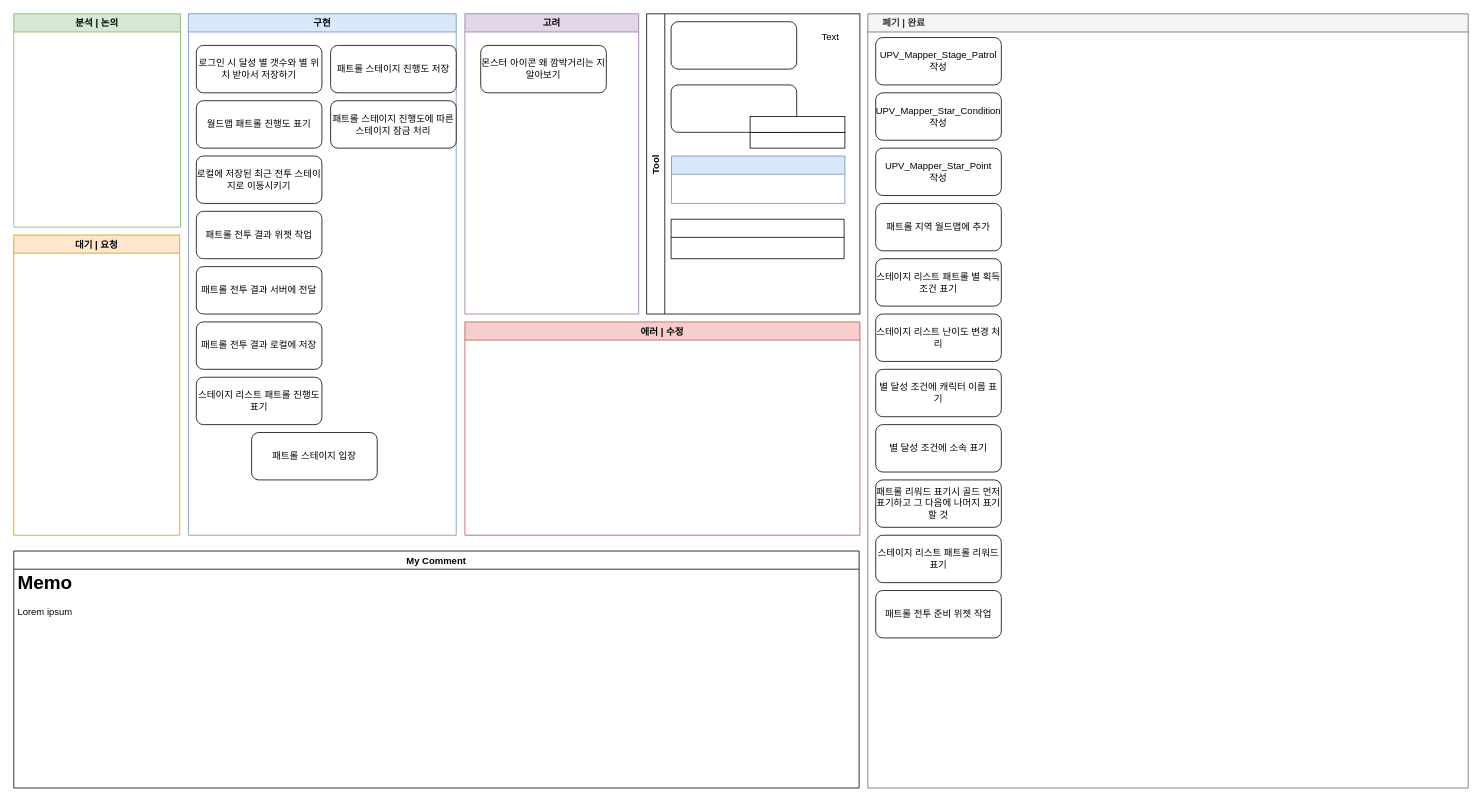
Before: 반복 스테이지 진행상황.drawio in Endorr/Job-Board, a draw.io diagram. Source tidied: cells renumbered, new cells numbered last; positions are measured from the earlier drawing's top-left corner, leaving out a move shared by most shapes. Both pictures are drawn from the tidied source at 79%, with x=0, y=0 at pixel (13, 13).
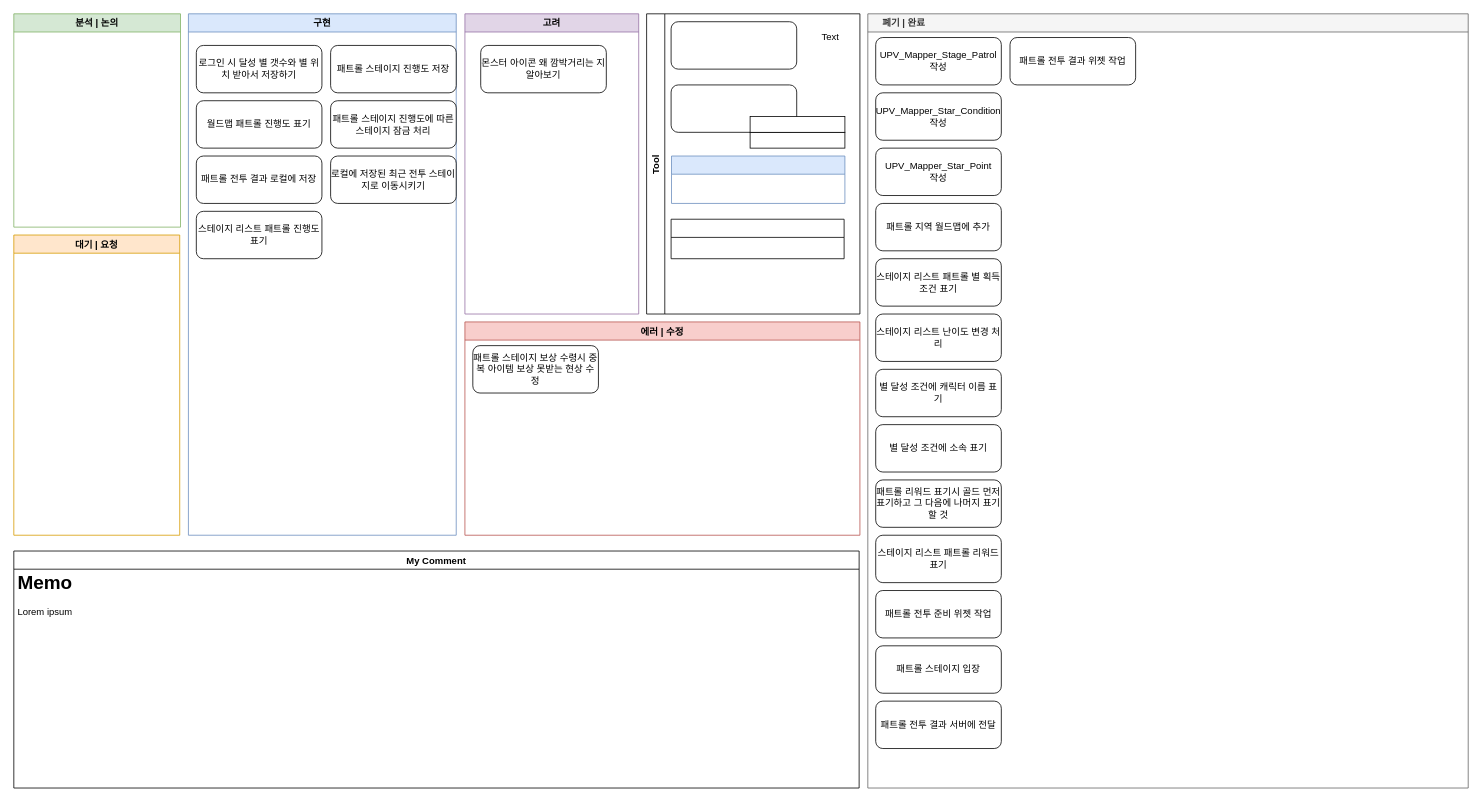
The same diagram, later.

Commit message:
Update 반복 스테이지 진행상황.drawio

The change refers to these unchanged cells:
```xml
<mxCell id="2" value="구현" style="swimlane;fillColor=#dae8fc;strokeColor=#6c8ebf;" parent="1" vertex="1">
  <mxGeometry x="221" width="339" height="660" as="geometry" />
</mxCell>
<mxCell id="17" value="에러 | 수정" style="swimlane;fillColor=#f8cecc;strokeColor=#b85450;startSize=23;" parent="1" vertex="1">
  <mxGeometry x="571" y="390" width="500" height="270" as="geometry" />
</mxCell>
<mxCell id="18" value="     폐기 | 완료" style="swimlane;strokeColor=#666666;fillColor=#f5f5f5;fontColor=#333333;align=left;" parent="1" vertex="1">
  <mxGeometry x="1081" width="760" height="980" as="geometry" />
</mxCell>
```

Diff of the diagram source:
```diff
@@
-    <mxCell id="3" value="패트롤 스테이지 입장" style="rounded=1;whiteSpace=wrap;html=1;" parent="2" vertex="1">
-      <mxGeometry x="80" y="530" width="159" height="60" as="geometry" />
-    </mxCell>
     <mxCell id="4" value="스테이지 리스트 패트롤 진행도 표기" style="rounded=1;whiteSpace=wrap;html=1;" parent="2" vertex="1">
-      <mxGeometry x="10" y="460" width="159" height="60" as="geometry" />
+      <mxGeometry x="10" y="250" width="159" height="60" as="geometry" />
     </mxCell>
-    <mxCell id="5" value="패트롤 전투 결과 위젯 작업" style="rounded=1;whiteSpace=wrap;html=1;" parent="2" vertex="1">
-      <mxGeometry x="10" y="250" width="159" height="60" as="geometry" />
-    </mxCell>
@@
-    <mxCell id="7" value="패트롤 전투 결과 서버에 전달" style="rounded=1;whiteSpace=wrap;html=1;" parent="2" vertex="1">
-      <mxGeometry x="10" y="320" width="159" height="60" as="geometry" />
-    </mxCell>
     <mxCell id="8" value="패트롤 전투 결과 로컬에 저장" style="rounded=1;whiteSpace=wrap;html=1;" parent="2" vertex="1">
-      <mxGeometry x="10" y="390" width="159" height="60" as="geometry" />
+      <mxGeometry x="10" y="180" width="159" height="60" as="geometry" />
     </mxCell>
@@
     <mxCell id="12" value="로컬에 저장된 최근 전투 스테이지로 이동시키기" style="rounded=1;whiteSpace=wrap;html=1;" parent="2" vertex="1">
-      <mxGeometry x="10" y="180" width="159" height="60" as="geometry" />
+      <mxGeometry x="180" y="180" width="159" height="60" as="geometry" />
     </mxCell>
@@
+    <mxCell id="41" value="패트롤 스테이지 보상 수령시 중복 아이템 보상 못받는 현상 수정" style="rounded=1;whiteSpace=wrap;html=1;" parent="17" vertex="1">
+      <mxGeometry x="10" y="30" width="159" height="60" as="geometry" />
+    </mxCell>
@@
+    <mxCell id="3" value="패트롤 스테이지 입장" style="rounded=1;whiteSpace=wrap;html=1;" parent="18" vertex="1">
+      <mxGeometry x="10" y="800" width="159" height="60" as="geometry" />
+    </mxCell>
+    <mxCell id="7" value="패트롤 전투 결과 서버에 전달" style="rounded=1;whiteSpace=wrap;html=1;" parent="18" vertex="1">
+      <mxGeometry x="10" y="870" width="159" height="60" as="geometry" />
+    </mxCell>
+    <mxCell id="5" value="패트롤 전투 결과 위젯 작업" style="rounded=1;whiteSpace=wrap;html=1;" parent="18" vertex="1">
+      <mxGeometry x="180" y="30" width="159" height="60" as="geometry" />
+    </mxCell>
```
